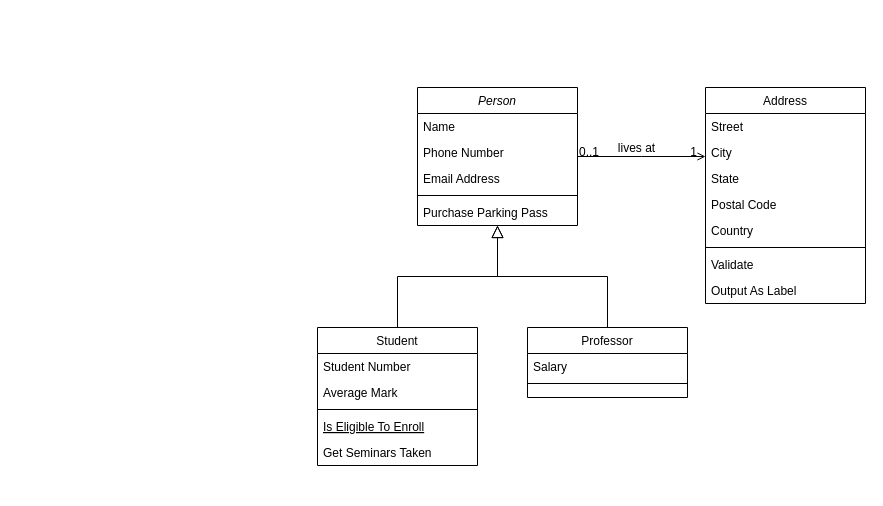
ruannyury/Projeto-Banco-de-Sangue keeps this draw.io diagram as ProjetoCentralDeSangue.drawio. Above is the earlier version. Source tidied: cells renumbered, new cells numbered last; positions are measured from the earlier drawing's top-left corner, leaving out a move shared by most shapes. Both pictures are drawn from the tidied source at 100%, with x=0, y=0 at pixel (317, 87).
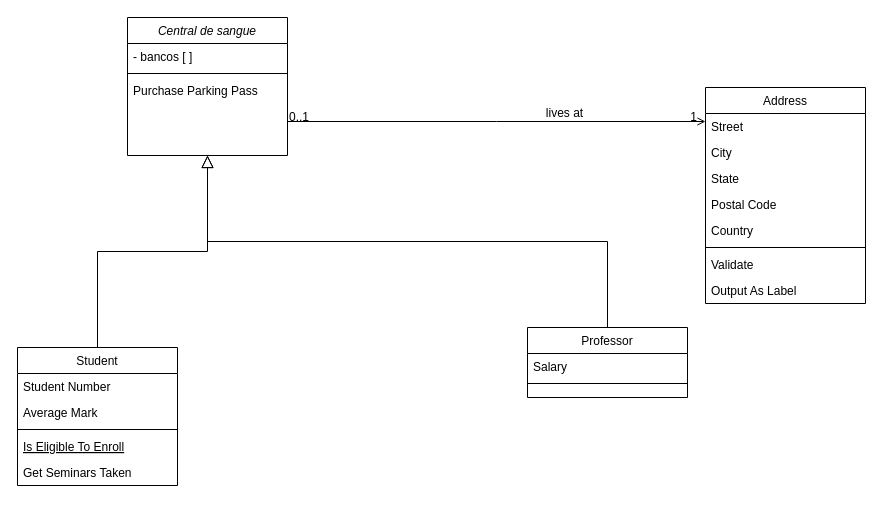
Above is the later version.

Change to the diagram source:
```diff
@@
-    <mxCell id="2" value="Person" style="swimlane;fontStyle=2;align=center;verticalAlign=top;horizontal=1;startSize=26;rounded=0;shadow=0;strokeWidth=1;" parent="1" vertex="1">
-      <mxGeometry x="100" width="160" height="138" as="geometry" />
+    <mxCell id="2" value="Central de sangue" style="swimlane;fontStyle=2;align=center;verticalAlign=top;horizontal=1;startSize=26;rounded=0;shadow=0;strokeWidth=1;" parent="1" vertex="1">
+      <mxGeometry x="-190" y="-70" width="160" height="138" as="geometry" />
     </mxCell>
-    <mxCell id="3" value="Name" style="text;align=left;verticalAlign=top;spacingLeft=4;spacingRight=4;overflow=hidden;" parent="2" vertex="1">
+    <mxCell id="3" value="- bancos [ ]" style="text;align=left;verticalAlign=top;spacingLeft=4;spacingRight=4;overflow=hidden;" parent="2" vertex="1">
       <mxGeometry y="26" width="160" height="26" as="geometry" />
     </mxCell>
-    <mxCell id="4" value="Phone Number" style="text;align=left;verticalAlign=top;spacingLeft=4;spacingRight=4;overflow=hidden;rounded=0;shadow=0;html=0;" parent="2" vertex="1">
-      <mxGeometry y="52" width="160" height="26" as="geometry" />
-    </mxCell>
-    <mxCell id="5" value="Email Address" style="text;align=left;verticalAlign=top;spacingLeft=4;spacingRight=4;overflow=hidden;rounded=0;shadow=0;html=0;" parent="2" vertex="1">
-      <mxGeometry y="78" width="160" height="26" as="geometry" />
-    </mxCell>
     <mxCell id="6" style="line;html=1;strokeWidth=1;align=left;verticalAlign=middle;spacingTop=-1;spacingLeft=3;spacingRight=3;labelPosition=right;" parent="2" vertex="1">
-      <mxGeometry y="104" width="160" height="8" as="geometry" />
+      <mxGeometry y="52" width="160" height="8" as="geometry" />
     </mxCell>
     <mxCell id="7" value="Purchase Parking Pass" style="text;align=left;verticalAlign=top;spacingLeft=4;spacingRight=4;overflow=hidden;" parent="2" vertex="1">
-      <mxGeometry y="112" width="160" height="26" as="geometry" />
+      <mxGeometry y="60" width="160" height="26" as="geometry" />
     </mxCell>
     <mxCell id="8" value="Student" style="swimlane;fontStyle=0;align=center;verticalAlign=top;horizontal=1;startSize=26;rounded=0;shadow=0;strokeWidth=1;" parent="1" vertex="1">
-      <mxGeometry y="240" width="160" height="138" as="geometry" />
+      <mxGeometry x="-300" y="260" width="160" height="138" as="geometry" />
     </mxCell>
```
